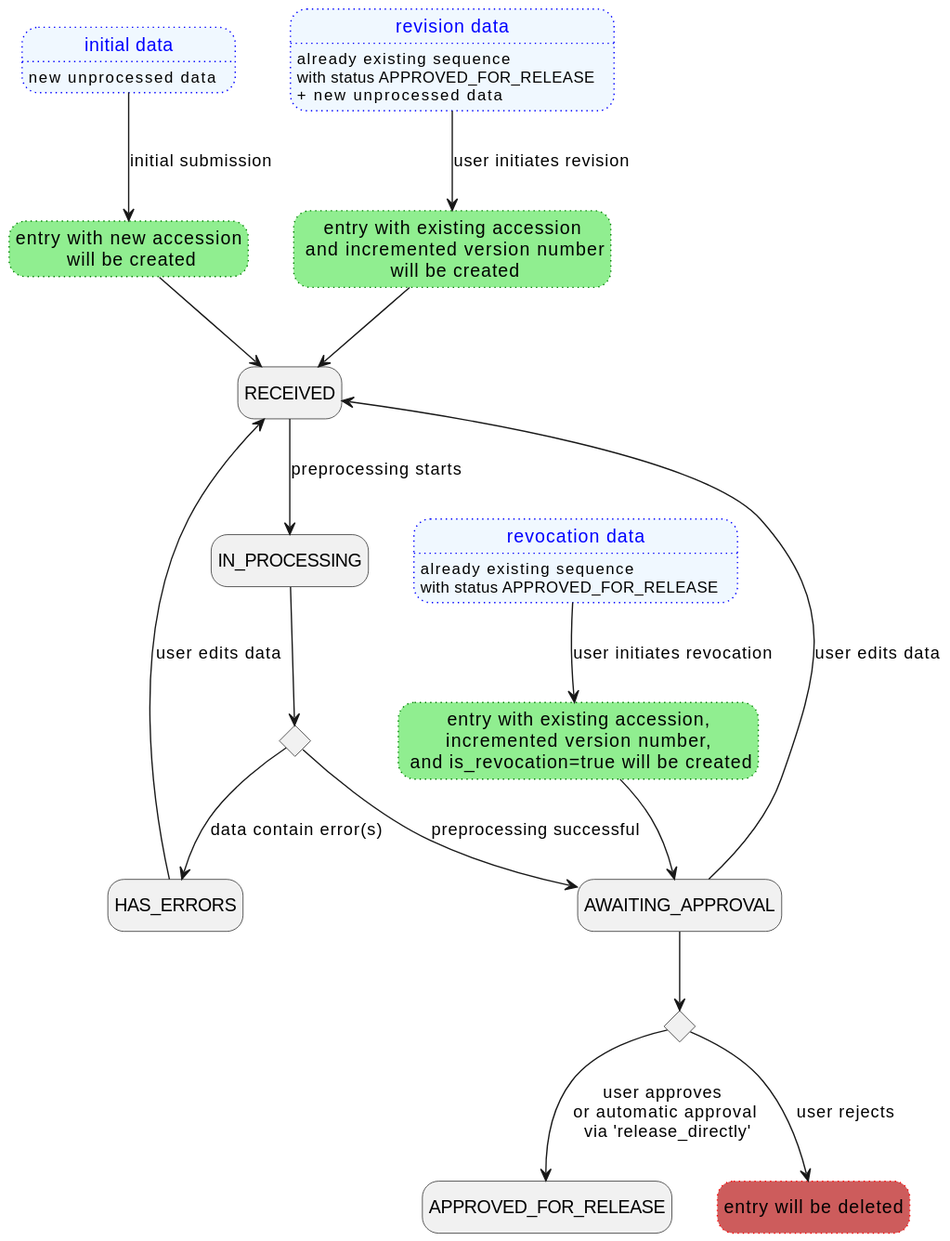
Above: backend/docs/plantuml/statusChange.svg in loculus-project/loculus (PlantUML), before the change.
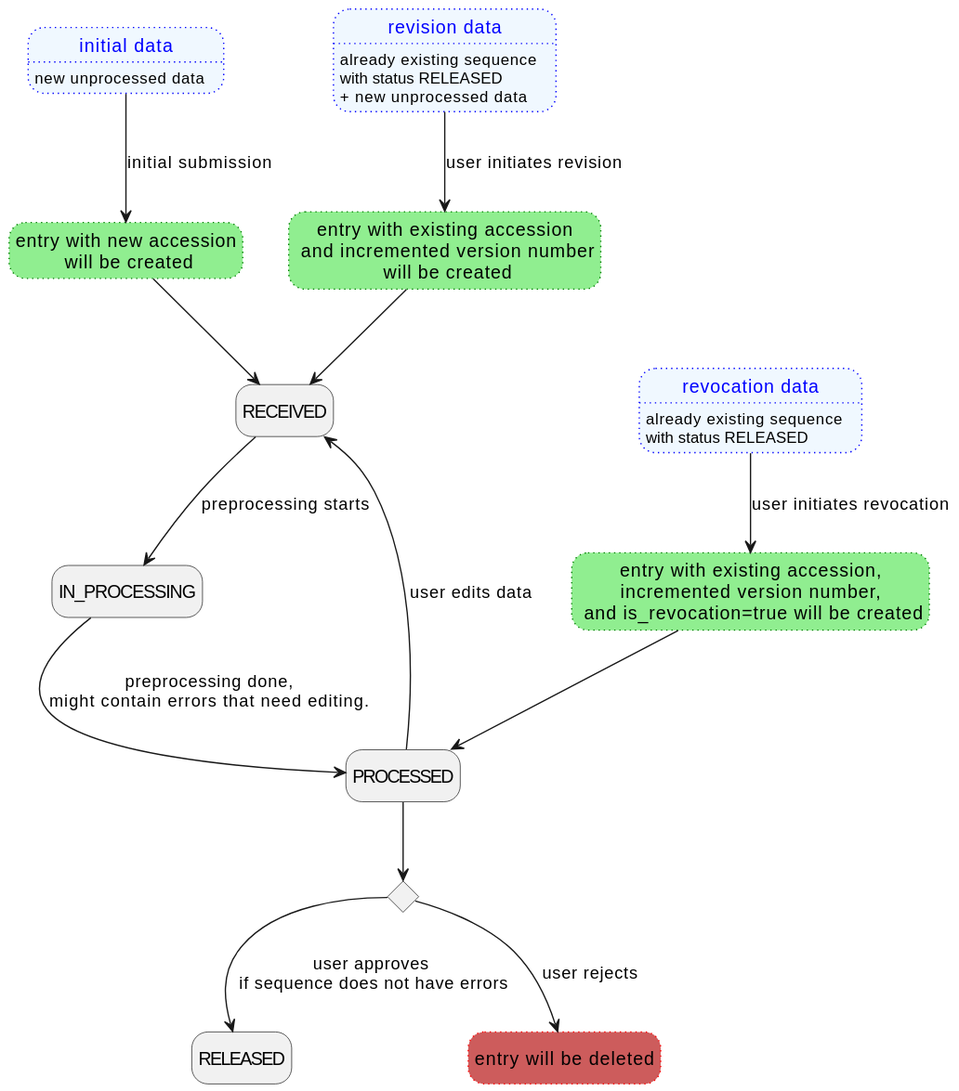
Above is the later version.

Diff of the diagram source:
```diff
@@ -6,26 +6,24 @@
         }
     state REVISION_DATA as "revision data" #aliceblue;line:blue;line.dotted;text:blue {
         REVISION_DATA: already existing sequence
-        REVISION_DATA: with status APPROVED_FOR_RELEASE
+        REVISION_DATA: with status RELEASED
         REVISION_DATA: + new unprocessed data
     }
     state REVOKED_DATA as "revocation data" #aliceblue;line:blue;line.dotted;text:blue{
         REVOKED_DATA: already existing sequence
-        REVOKED_DATA: with status APPROVED_FOR_RELEASE
+        REVOKED_DATA: with status RELEASED
     }
 
     state RECEIVED
     state IN_PROCESSING
-    state HAS_ERRORS
+    state PROCESSED
     state RECEIVED
-    state APPROVED_FOR_RELEASE
-    state AWAITING_APPROVAL
+    state RELEASED
 
     state CREATING_SUBMIT as "entry with new accession\n will be created" #lightgreen;line:green;line.dotted
     state CREATING_REVISE as "entry with existing accession\n and incremented version number\n will be created" #lightgreen;line:green;line.dotted
     state CREATING_REVOKE as "entry with existing accession,\n incremented version number, \n and is_revocation=true will be created" #lightgreen;line:green;line.dotted
     state DELETION as "entry will be deleted" #IndianRed;line:red;line.dotted
-    state is_error <<choice>>
     state is_approved <<choice>>
 
     INITIAL_DATA --> CREATING_SUBMIT : initial submission
@@ -34,15 +32,12 @@
     CREATING_REVISE --> RECEIVED
 
     REVOKED_DATA --> CREATING_REVOKE : user initiates revocation
-    CREATING_REVOKE --> AWAITING_APPROVAL
+    CREATING_REVOKE --> PROCESSED
 
     RECEIVED --> IN_PROCESSING : preprocessing starts
-    IN_PROCESSING --> is_error
-    is_error --> HAS_ERRORS : data contain error(s)
-    HAS_ERRORS --> RECEIVED : user edits data
-    AWAITING_APPROVAL --> RECEIVED : user edits data
-    is_error --> AWAITING_APPROVAL : preprocessing successful
-    AWAITING_APPROVAL --> is_approved
-    is_approved --> APPROVED_FOR_RELEASE : user approves \nor automatic approval\n via 'release_directly'
+    IN_PROCESSING --> PROCESSED : preprocessing done,\nmight contain errors that need editing.
+    PROCESSED --> RECEIVED : user edits data
+    PROCESSED --> is_approved
+    is_approved --> RELEASED : user approves \nif sequence does not have errors
     is_approved --> DELETION : user rejects
 @enduml
```
